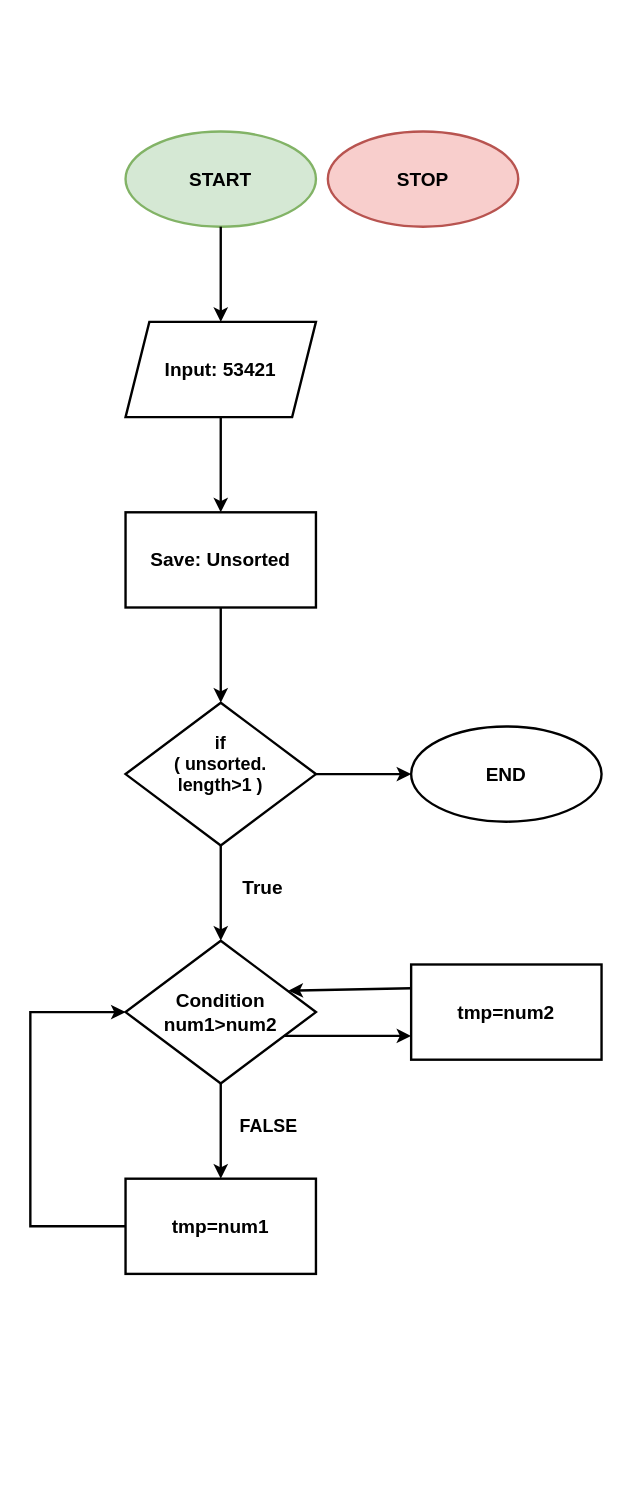
johnkk1316/pseudo-code-and-algorithym keeps this draw.io diagram as Q1/flowchart Q1.drawio. Above is the earlier version. Source tidied: cells renumbered, new cells numbered last; positions are measured from the earlier drawing's top-left corner, leaving out a move shared by most shapes. Both pictures are drawn from the tidied source at 119%, with x=0, y=0 at pixel (30, 131).
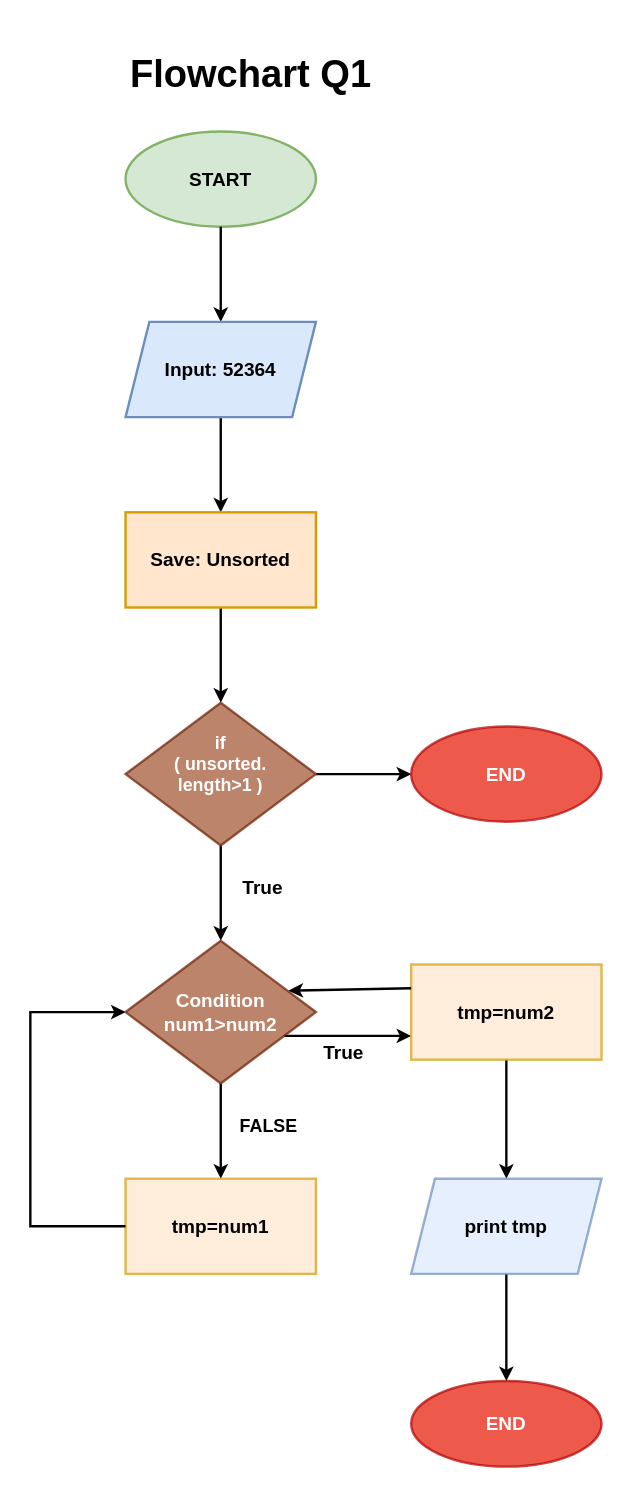
Above is the later version.

Change to the diagram source:
```diff
@@
-    <mxCell id="3" value="&lt;font size=&quot;1&quot;&gt;&lt;b style=&quot;font-size: 16px;&quot;&gt;STOP&lt;/b&gt;&lt;/font&gt;" style="ellipse;whiteSpace=wrap;html=1;strokeWidth=2;fillColor=#f8cecc;strokeColor=#b85450;" parent="1" vertex="1">
-      <mxGeometry x="250" width="160" height="80" as="geometry" />
-    </mxCell>
@@
-    <mxCell id="6" value="&lt;b&gt;Input: 53421&lt;/b&gt;" style="shape=parallelogram;perimeter=parallelogramPerimeter;whiteSpace=wrap;html=1;fixedSize=1;strokeWidth=2;fontSize=16;" parent="1" vertex="1">
+    <mxCell id="6" value="&lt;b&gt;Input: 52364&lt;br&gt;&lt;/b&gt;" style="shape=parallelogram;perimeter=parallelogramPerimeter;whiteSpace=wrap;html=1;fixedSize=1;strokeWidth=2;fontSize=16;fillColor=#dae8fc;strokeColor=#6c8ebf;" parent="1" vertex="1">
       <mxGeometry x="80" y="160" width="160" height="80" as="geometry" />
     </mxCell>
@@
-    <mxCell id="8" value="&lt;b&gt;Save: Unsorted&lt;/b&gt;" style="rounded=0;whiteSpace=wrap;html=1;strokeWidth=2;fontSize=16;" parent="1" vertex="1">
+    <mxCell id="8" value="&lt;b&gt;Save: Unsorted&lt;/b&gt;" style="rounded=0;whiteSpace=wrap;html=1;strokeWidth=2;fontSize=16;fillColor=#ffe6cc;strokeColor=#d79b00;" parent="1" vertex="1">
       <mxGeometry x="80" y="320" width="160" height="80" as="geometry" />
     </mxCell>
@@
-    <mxCell id="11" value="&lt;div style=&quot;font-size: 15px;&quot;&gt;&lt;b&gt;&lt;font style=&quot;font-size: 15px;&quot;&gt;if &lt;br&gt;&lt;/font&gt;&lt;/b&gt;&lt;/div&gt;&lt;div style=&quot;font-size: 15px;&quot;&gt;&lt;b&gt;&lt;font style=&quot;font-size: 15px;&quot;&gt;( unsorted.&lt;/font&gt;&lt;/b&gt;&lt;/div&gt;&lt;div style=&quot;font-size: 15px;&quot;&gt;&lt;b&gt;&lt;font style=&quot;font-size: 15px;&quot;&gt;length&amp;gt;1 )&lt;/font&gt;&lt;/b&gt;&lt;/div&gt;&lt;div style=&quot;font-size: 15px;&quot;&gt;&lt;b&gt;&lt;font style=&quot;font-size: 15px;&quot;&gt;&lt;br&gt;&lt;/font&gt;&lt;/b&gt;&lt;/div&gt;" style="rhombus;whiteSpace=wrap;html=1;fontSize=16;rounded=0;strokeWidth=2;" parent="1" vertex="1">
+    <mxCell id="11" value="&lt;div style=&quot;font-size: 15px;&quot;&gt;&lt;b&gt;&lt;font style=&quot;font-size: 15px;&quot;&gt;if &lt;br&gt;&lt;/font&gt;&lt;/b&gt;&lt;/div&gt;&lt;div style=&quot;font-size: 15px;&quot;&gt;&lt;b&gt;&lt;font style=&quot;font-size: 15px;&quot;&gt;( unsorted.&lt;/font&gt;&lt;/b&gt;&lt;/div&gt;&lt;div style=&quot;font-size: 15px;&quot;&gt;&lt;b&gt;&lt;font style=&quot;font-size: 15px;&quot;&gt;length&amp;gt;1 )&lt;/font&gt;&lt;/b&gt;&lt;/div&gt;&lt;div style=&quot;font-size: 15px;&quot;&gt;&lt;b&gt;&lt;font style=&quot;font-size: 15px;&quot;&gt;&lt;br&gt;&lt;/font&gt;&lt;/b&gt;&lt;/div&gt;" style="rhombus;whiteSpace=wrap;html=1;fontSize=16;rounded=0;strokeWidth=2;fillColor=#a0522d;fontColor=#ffffff;strokeColor=#6D1F00;opacity=70;" parent="1" vertex="1">
       <mxGeometry x="80" y="480" width="160" height="120" as="geometry" />
     </mxCell>
@@
-    <mxCell id="14" value="&lt;div&gt;&lt;b&gt;Condition&lt;/b&gt;&lt;/div&gt;&lt;div&gt;&lt;b&gt;num1&amp;gt;num2&lt;br&gt;&lt;/b&gt;&lt;/div&gt;" style="rhombus;whiteSpace=wrap;html=1;fontSize=16;rounded=0;strokeWidth=2;" parent="1" vertex="1">
+    <mxCell id="14" value="&lt;div&gt;&lt;b&gt;Condition&lt;/b&gt;&lt;/div&gt;&lt;div&gt;&lt;b&gt;num1&amp;gt;num2&lt;br&gt;&lt;/b&gt;&lt;/div&gt;" style="rhombus;whiteSpace=wrap;html=1;fontSize=16;rounded=0;strokeWidth=2;fillColor=#a0522d;fontColor=#ffffff;strokeColor=#6D1F00;opacity=70;" parent="1" vertex="1">
       <mxGeometry x="80" y="680" width="160" height="120" as="geometry" />
     </mxCell>
-    <mxCell id="15" value="&lt;b&gt;tmp=num1&lt;/b&gt;" style="rounded=0;whiteSpace=wrap;html=1;fontSize=16;strokeWidth=2;" parent="1" vertex="1">
+    <mxCell id="15" value="&lt;b&gt;tmp=num1&lt;/b&gt;" style="rounded=0;whiteSpace=wrap;html=1;fontSize=16;strokeWidth=2;fillColor=#ffe6cc;strokeColor=#d79b00;opacity=70;" parent="1" vertex="1">
       <mxGeometry x="80" y="880" width="160" height="80" as="geometry" />
     </mxCell>
-    <mxCell id="16" value="&lt;b&gt;END&lt;/b&gt;" style="ellipse;whiteSpace=wrap;html=1;fontSize=16;rounded=0;strokeWidth=2;" parent="1" vertex="1">
+    <mxCell id="16" value="&lt;b&gt;END&lt;/b&gt;" style="ellipse;whiteSpace=wrap;html=1;fontSize=16;rounded=0;strokeWidth=2;fillColor=#e51400;fontColor=#ffffff;strokeColor=#B20000;opacity=70;" parent="1" vertex="1">
       <mxGeometry x="320" y="500" width="160" height="80" as="geometry" />
     </mxCell>
+    <mxCell id="22" style="edgeStyle=orthogonalEdgeStyle;rounded=0;jettySize=auto;html=1;strokeWidth=2;fontSize=16;" parent="1" edge="1" source="17" target="24">
+      <mxGeometry relative="1" as="geometry" />
+    </mxCell>
-    <mxCell id="17" value="&lt;b&gt;tmp=num2&lt;/b&gt;" style="whiteSpace=wrap;html=1;fontSize=16;rounded=0;strokeWidth=2;" parent="1" vertex="1">
+    <mxCell id="17" value="&lt;b&gt;tmp=num2&lt;/b&gt;" style="whiteSpace=wrap;html=1;fontSize=16;rounded=0;strokeWidth=2;fillColor=#ffe6cc;strokeColor=#d79b00;opacity=70;" parent="1" vertex="1">
       <mxGeometry x="320" y="700" width="160" height="80" as="geometry" />
     </mxCell>
@@
+    <mxCell id="23" style="edgeStyle=orthogonalEdgeStyle;rounded=0;jettySize=auto;html=1;strokeWidth=2;fontSize=16;" parent="1" edge="1" source="24" target="25">
+      <mxGeometry relative="1" as="geometry" />
+    </mxCell>
+    <mxCell id="24" value="&lt;b&gt;print tmp&lt;br&gt;&lt;/b&gt;" style="shape=parallelogram;perimeter=parallelogramPerimeter;whiteSpace=wrap;html=1;fixedSize=1;fontSize=16;rounded=0;strokeWidth=2;fillColor=#dae8fc;strokeColor=#6c8ebf;opacity=70;" parent="1" vertex="1">
+      <mxGeometry x="320" y="880" width="160" height="80" as="geometry" />
+    </mxCell>
+    <mxCell id="25" value="&lt;b&gt;END&lt;/b&gt;" style="ellipse;whiteSpace=wrap;html=1;fontSize=16;rounded=0;strokeWidth=2;fillColor=#e51400;fontColor=#ffffff;strokeColor=#B20000;opacity=70;" parent="1" vertex="1">
+      <mxGeometry x="320" y="1050" width="160" height="72" as="geometry" />
+    </mxCell>
+    <mxCell id="26" value="&lt;h1&gt;Flowchart Q1&lt;/h1&gt;" style="text;html=1;align=center;verticalAlign=middle;strokeColor=none;fillColor=none;fontSize=16;" parent="1" vertex="1">
+      <mxGeometry x="70" y="-93" width="230" height="90" as="geometry" />
+    </mxCell>
+    <mxCell id="27" value="&lt;font style=&quot;font-size: 16px;&quot;&gt;&lt;b&gt;True&lt;/b&gt;&lt;/font&gt;" style="text;html=1;align=center;verticalAlign=middle;strokeColor=none;fillColor=none;fontSize=15;" parent="1" vertex="1">
+      <mxGeometry x="233" y="759" width="60" height="30" as="geometry" />
+    </mxCell>
```
